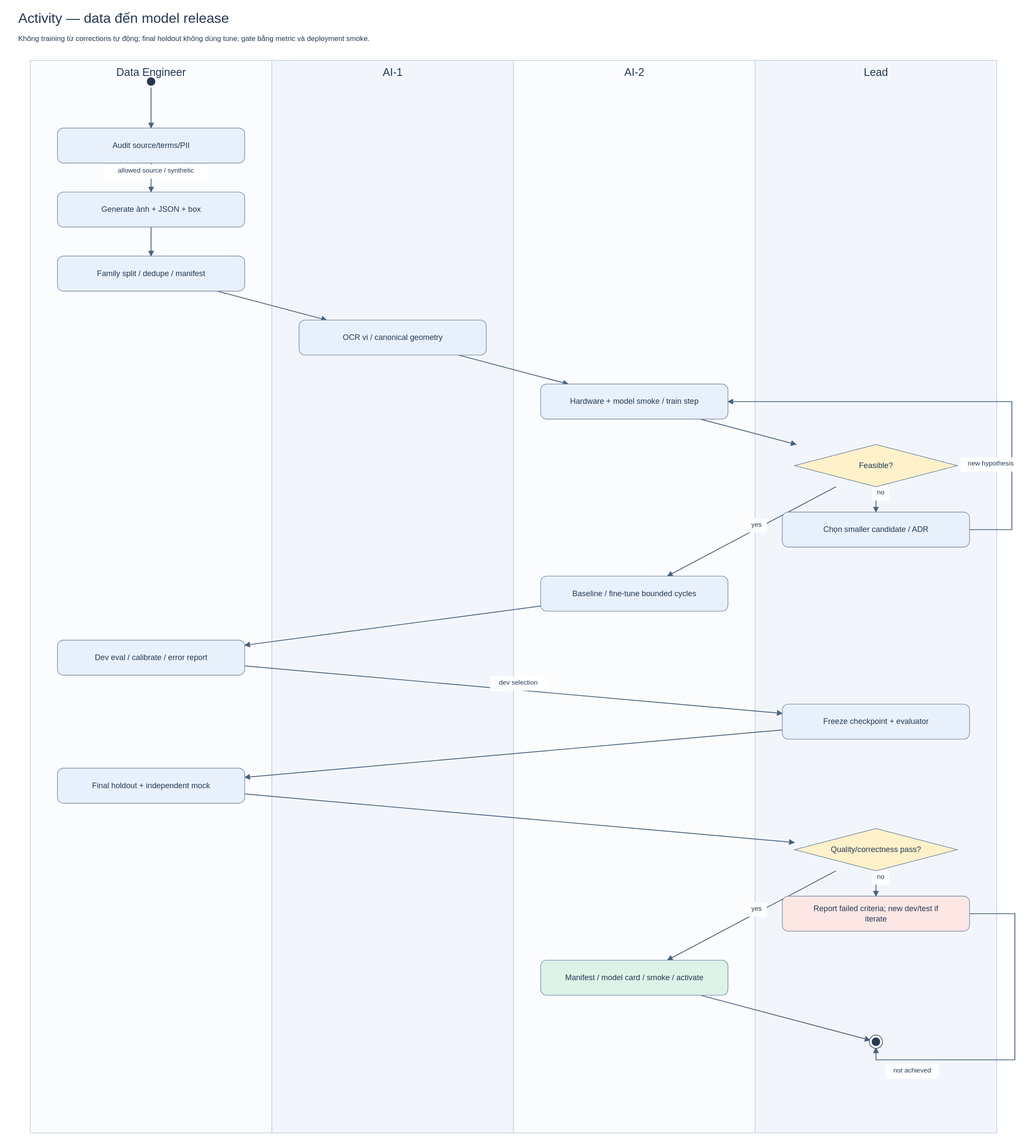
Before: docs/uml/10-training-activity.svg, a diagram exported from PlantUML (harivodich/SE2026-T08). Its source is kept beside it as docs/uml/10-training-activity.puml. Its diagram source:
```plantuml
@startuml
title Activity — data đến model release
skinparam defaultFontName Arial
skinparam shadowing false
skinparam backgroundColor #FFFFFF
skinparam ArrowColor #405670
|Data Engineer|
start
:Audit source/terms/PII;
:Generate ảnh + JSON + box;
:Family split / dedupe / manifest;
|AI-1|
:OCR vi / canonical geometry;
|AI-2|
repeat
:Hardware + model smoke / train step;
|Lead|
if (Feasible?) then (yes)
:Khóa candidate và resource profile;
else (no)
:Chọn smaller candidate / ADR;
endif
repeat while (Cần thử candidate khác?) is (yes) not (no)
|AI-2|
:Baseline / fine-tune bounded cycles;
|Data Engineer|
:Dev eval / calibrate / error report;
|Lead|
:Freeze checkpoint + evaluator;
|Data Engineer|
:Final holdout + independent mock;
|Lead|
if (Quality/correctness pass?) then (yes)
|AI-2|
:Manifest / model card / smoke / activate;
else (no)
|Lead|
:Report failed criteria; new dev/test if iterate;
endif
stop
legend bottom
Không training từ corrections tự động; final holdout không dùng tune; gate bằng metric và deployment smoke.
endlegend
@enduml
```
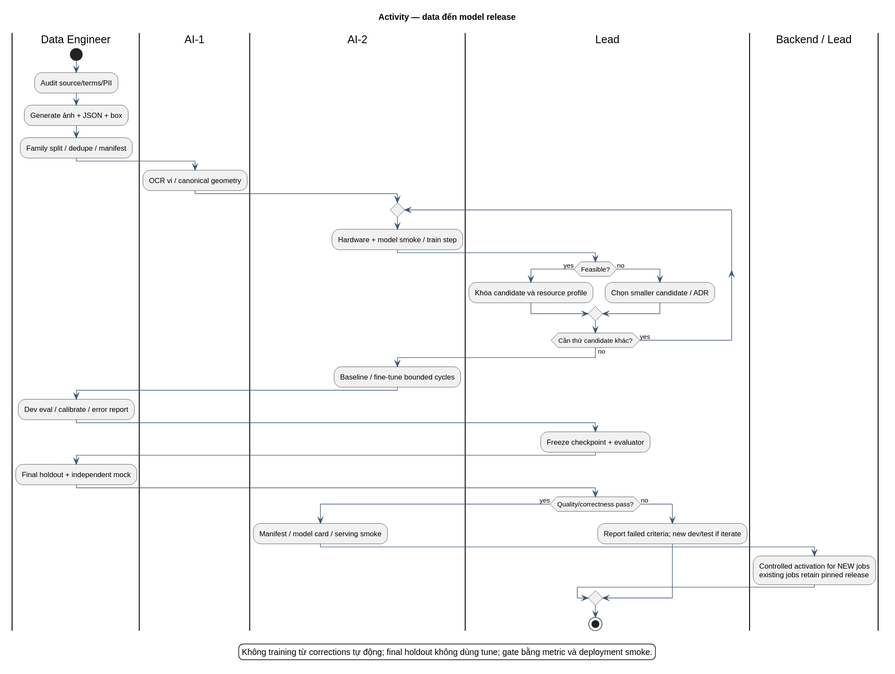
After the change.

The edit, as a diff of the source:
```diff
@@ -32,7 +32,9 @@
 |Lead|
 if (Quality/correctness pass?) then (yes)
 |AI-2|
-:Manifest / model card / smoke / activate;
+:Manifest / model card / serving smoke;
+|Backend / Lead|
+:Controlled activation for NEW jobs\nexisting jobs retain pinned release;
 else (no)
 |Lead|
 :Report failed criteria; new dev/test if iterate;
```
